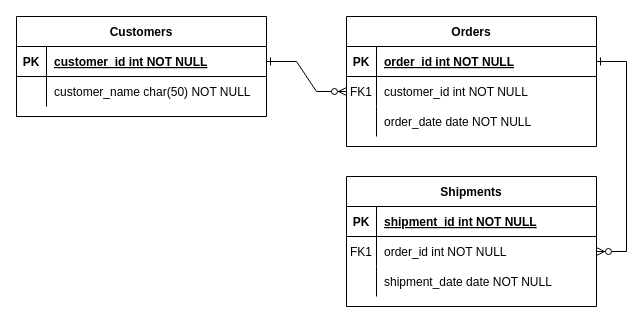
The draw.io diagram bd/diagramme_EA_SAE.drawio in Loris-Gr/repertoire-iut, before the edit. Source tidied: cells renumbered, new cells numbered last; positions are measured from the earlier drawing's top-left corner, leaving out a move shared by most shapes. Both pictures are drawn from the tidied source at 100%, with x=0, y=0 at pixel (16, 16).
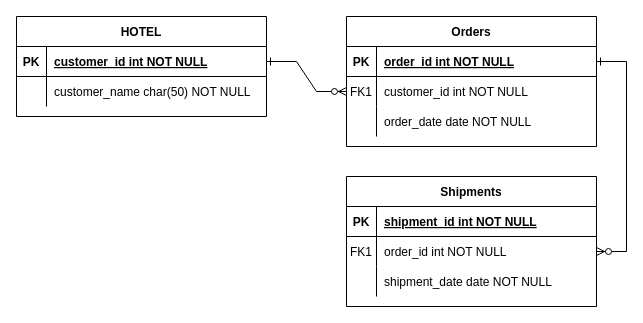
The same diagram, later.

Commit message:
Mettre à jour diagramme_EA_SAE.drawio

Diff of the diagram source:
```diff
@@
-    <mxCell id="24" value="Customers" style="shape=table;startSize=30;childLayout=tableLayout;rowLines=0;fontStyle=1;align=center;" parent="1" vertex="1">
+    <mxCell id="24" value="HOTEL" style="shape=table;startSize=30;childLayout=tableLayout;rowLines=0;fontStyle=1;align=center;" parent="1" vertex="1">
       <mxGeometry width="250" height="100" as="geometry" />
     </mxCell>
```
